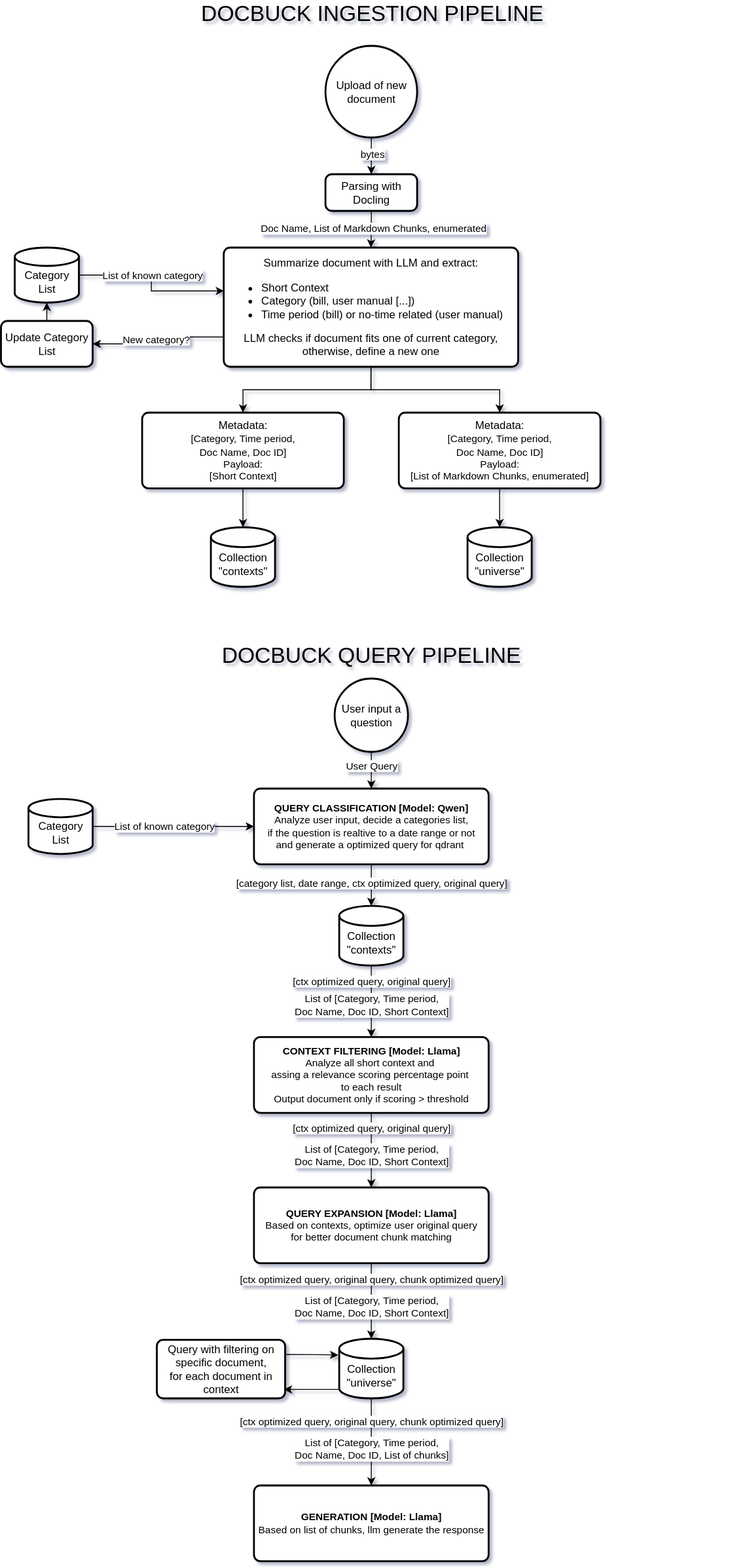
Earlier version of the draw.io export resources/docbuck_pipeline.svg (Seroper-real/docbuck). Source tidied: cells renumbered, new cells last; positions are measured from the earlier drawing's top-left corner, leaving out a move shared by most shapes.
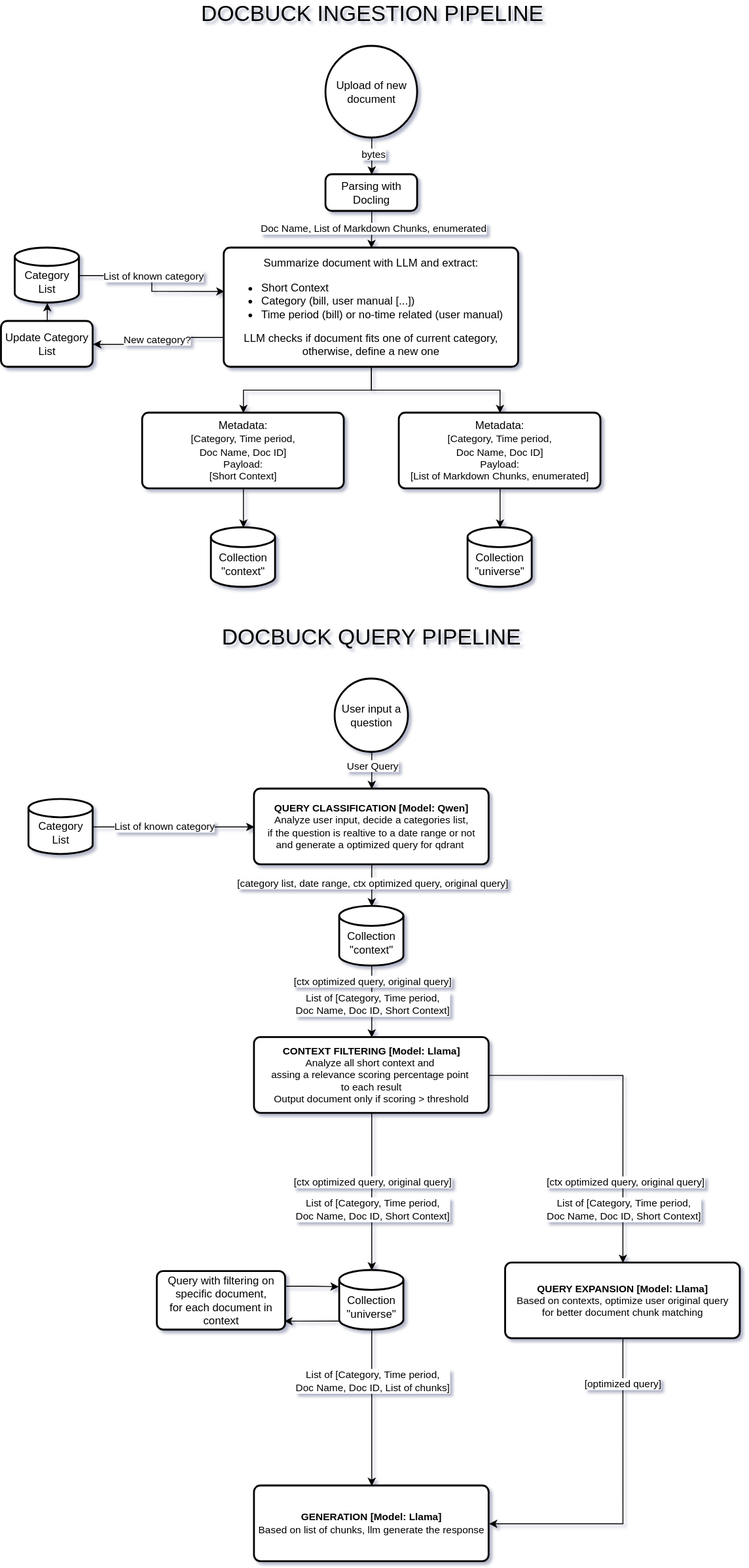
The same file after the commit.

Commit message:
WIP query pipeline

The edit, as a diff of the source:
```diff
@@ -2,6 +2,9 @@
   <root>
     <mxCell id="0" />
     <mxCell id="1" parent="0" />
+    <mxCell id="55" style="edgeStyle=orthogonalEdgeStyle;rounded=0;jettySize=auto;html=1;exitX=0.5;exitY=1;exitDx=0;exitDy=0;entryX=0.5;entryY=0;entryDx=0;entryDy=0;entryPerimeter=0;" parent="1" edge="1" source="34" target="45">
+      <mxGeometry relative="1" as="geometry" />
+    </mxCell>
     <mxCell id="2" value="&lt;font style=&quot;font-size: 24px;&quot;&gt;DOCBUCK INGESTION PIPELINE&lt;/font&gt;" style="text;html=1;whiteSpace=wrap;strokeColor=none;fillColor=none;align=center;verticalAlign=middle;rounded=0;" parent="1" vertex="1">
       <mxGeometry width="810" height="30" as="geometry" />
     </mxCell>
@@ -47,7 +50,7 @@
     <mxCell id="16" value="Metadata:&lt;div&gt;&lt;span style=&quot;font-size: 11px; text-wrap-mode: nowrap; background-color: rgb(255, 255, 255);&quot;&gt;[&lt;/span&gt;&lt;span style=&quot;color: light-dark(rgb(0, 0, 0), rgb(255, 255, 255)); font-size: 11px; text-wrap-mode: nowrap; background-color: rgb(255, 255, 255);&quot;&gt;Category,&amp;nbsp;&lt;/span&gt;&lt;span style=&quot;font-size: 11px; text-wrap-mode: nowrap; background-color: transparent; color: light-dark(rgb(0, 0, 0), rgb(255, 255, 255));&quot;&gt;Time period,&lt;/span&gt;&lt;/div&gt;&lt;div&gt;&lt;span style=&quot;font-size: 11px; text-wrap-mode: nowrap; color: light-dark(rgb(0, 0, 0), rgb(255, 255, 255)); background-color: rgb(255, 255, 255);&quot;&gt;Doc Name, Doc ID]&lt;/span&gt;&lt;/div&gt;&lt;div style=&quot;font-size: 11px; text-wrap-mode: nowrap;&quot;&gt;&lt;span style=&quot;background-color: rgb(255, 255, 255); color: light-dark(rgb(0, 0, 0), rgb(255, 255, 255));&quot;&gt;Payload:&lt;/span&gt;&lt;/div&gt;&lt;div style=&quot;font-size: 11px; text-wrap-mode: nowrap;&quot;&gt;&lt;span style=&quot;background-color: rgb(255, 255, 255); color: light-dark(rgb(0, 0, 0), rgb(255, 255, 255));&quot;&gt;[List of Markdown Chunks, enumerated]&lt;/span&gt;&lt;/div&gt;" style="rounded=1;whiteSpace=wrap;html=1;absoluteArcSize=1;arcSize=14;strokeWidth=2;" parent="1" vertex="1">
       <mxGeometry x="434" y="450" width="220" height="82.6" as="geometry" />
     </mxCell>
-    <mxCell id="17" value="&lt;div&gt;&lt;br&gt;&lt;/div&gt;Collection&lt;br&gt;&lt;div&gt;&quot;contexts&quot;&lt;/div&gt;" style="strokeWidth=2;html=1;shape=mxgraph.flowchart.database;whiteSpace=wrap;" parent="1" vertex="1">
+    <mxCell id="17" value="&lt;div&gt;&lt;br&gt;&lt;/div&gt;Collection&lt;br&gt;&lt;div&gt;&quot;context&quot;&lt;/div&gt;" style="strokeWidth=2;html=1;shape=mxgraph.flowchart.database;whiteSpace=wrap;" parent="1" vertex="1">
       <mxGeometry x="229" y="575" width="70" height="65" as="geometry" />
     </mxCell>
     <mxCell id="18" style="edgeStyle=orthogonalEdgeStyle;rounded=0;jettySize=auto;html=1;exitX=0.5;exitY=1;exitDx=0;exitDy=0;entryX=0.5;entryY=0;entryDx=0;entryDy=0;entryPerimeter=0;" parent="1" edge="1" source="15" target="17">
@@ -70,7 +73,7 @@
       </mxGeometry>
     </mxCell>
     <mxCell id="23" value="&lt;font style=&quot;font-size: 24px;&quot;&gt;DOCBUCK QUERY&amp;nbsp;&lt;/font&gt;&lt;span style=&quot;font-size: 24px; background-color: transparent; color: light-dark(rgb(0, 0, 0), rgb(255, 255, 255));&quot;&gt;PIPELINE&lt;/span&gt;" style="text;html=1;whiteSpace=wrap;strokeColor=none;fillColor=none;align=center;verticalAlign=middle;rounded=0;" parent="1" vertex="1">
-      <mxGeometry x="211" y="700" width="386" height="30" as="geometry" />
+      <mxGeometry x="211" y="680" width="386" height="30" as="geometry" />
     </mxCell>
     <mxCell id="24" style="edgeStyle=orthogonalEdgeStyle;rounded=0;jettySize=auto;html=1;exitX=0.5;exitY=1;exitDx=0;exitDy=0;exitPerimeter=0;entryX=0.5;entryY=0;entryDx=0;entryDy=0;" parent="1" edge="1" source="26" target="29">
       <mxGeometry relative="1" as="geometry" />
@@ -107,7 +110,7 @@
         <mxPoint x="-1" y="4" as="offset" />
       </mxGeometry>
     </mxCell>
-    <mxCell id="33" style="edgeStyle=orthogonalEdgeStyle;rounded=0;jettySize=auto;html=1;entryX=0.5;entryY=0;entryDx=0;entryDy=0;" parent="1" edge="1" source="34" target="43">
+    <mxCell id="33" style="edgeStyle=orthogonalEdgeStyle;rounded=0;jettySize=auto;html=1;exitX=1;exitY=0.5;exitDx=0;exitDy=0;entryX=0.5;entryY=0;entryDx=0;entryDy=0;" parent="1" edge="1" source="34" target="43">
       <mxGeometry relative="1" as="geometry" />
     </mxCell>
     <mxCell id="34" value="&lt;div style=&quot;font-size: 11px; text-wrap-mode: nowrap;&quot;&gt;&lt;span style=&quot;background-color: light-dark(rgb(255, 255, 255), rgb(18, 18, 18)); color: light-dark(rgb(0, 0, 0), rgb(255, 255, 255));&quot;&gt;&lt;b&gt;CONTEXT FILTERING [Model: Llama]&lt;/b&gt;&lt;/span&gt;&lt;/div&gt;&lt;div style=&quot;font-size: 11px; text-wrap-mode: nowrap;&quot;&gt;&lt;span style=&quot;background-color: light-dark(rgb(255, 255, 255), rgb(18, 18, 18)); color: light-dark(rgb(0, 0, 0), rgb(255, 255, 255));&quot;&gt;Analyze all short context&amp;nbsp;&lt;/span&gt;&lt;span style=&quot;background-color: light-dark(rgb(255, 255, 255), rgb(18, 18, 18)); color: light-dark(rgb(0, 0, 0), rgb(255, 255, 255));&quot;&gt;and&amp;nbsp;&lt;/span&gt;&lt;/div&gt;&lt;div style=&quot;font-size: 11px; text-wrap-mode: nowrap;&quot;&gt;&lt;span style=&quot;background-color: light-dark(rgb(255, 255, 255), rgb(18, 18, 18)); color: light-dark(rgb(0, 0, 0), rgb(255, 255, 255));&quot;&gt;assing a relevance scoring percentage point&amp;nbsp;&lt;/span&gt;&lt;/div&gt;&lt;div style=&quot;font-size: 11px; text-wrap-mode: nowrap;&quot;&gt;&lt;span style=&quot;background-color: light-dark(rgb(255, 255, 255), rgb(18, 18, 18)); color: light-dark(rgb(0, 0, 0), rgb(255, 255, 255));&quot;&gt;to each result&lt;/span&gt;&lt;/div&gt;&lt;div style=&quot;font-size: 11px; text-wrap-mode: nowrap;&quot;&gt;Output document only if scoring &amp;gt;&amp;nbsp;threshold&lt;/div&gt;" style="rounded=1;whiteSpace=wrap;html=1;absoluteArcSize=1;arcSize=14;strokeWidth=2;" parent="1" vertex="1">
@@ -128,35 +131,32 @@
     <mxCell id="39" style="edgeStyle=orthogonalEdgeStyle;rounded=0;jettySize=auto;html=1;exitX=0.5;exitY=1;exitDx=0;exitDy=0;entryX=0.5;entryY=0;entryDx=0;entryDy=0;entryPerimeter=0;" parent="1" edge="1" source="16" target="38">
       <mxGeometry relative="1" as="geometry" />
     </mxCell>
-    <mxCell id="40" value="&lt;div&gt;&lt;br&gt;&lt;/div&gt;Collection&lt;br&gt;&lt;div&gt;&quot;contexts&quot;&lt;/div&gt;" style="strokeWidth=2;html=1;shape=mxgraph.flowchart.database;whiteSpace=wrap;" parent="1" vertex="1">
+    <mxCell id="40" value="&lt;div&gt;&lt;br&gt;&lt;/div&gt;Collection&lt;br&gt;&lt;div&gt;&quot;context&quot;&lt;/div&gt;" style="strokeWidth=2;html=1;shape=mxgraph.flowchart.database;whiteSpace=wrap;" parent="1" vertex="1">
       <mxGeometry x="369" y="988" width="70" height="65" as="geometry" />
     </mxCell>
     <mxCell id="41" value="[ctx optimized query,&amp;nbsp;&lt;span style=&quot;background-color: light-dark(#ffffff, var(--ge-dark-color, #121212)); color: light-dark(rgb(0, 0, 0), rgb(255, 255, 255));&quot;&gt;original query]&lt;/span&gt;" style="edgeLabel;html=1;align=center;verticalAlign=middle;" parent="1" vertex="1">
-      <mxGeometry x="404" y="1230" as="geometry" />
+      <mxGeometry x="404" y="1288" as="geometry" />
     </mxCell>
     <mxCell id="42" value="List of &lt;span style=&quot;color: light-dark(rgb(0, 0, 0), rgb(255, 255, 255)); background-color: rgb(255, 255, 255);&quot;&gt;[&lt;/span&gt;&lt;span style=&quot;color: light-dark(rgb(0, 0, 0), rgb(255, 255, 255)); background-color: rgb(255, 255, 255);&quot;&gt;Category,&amp;nbsp;&lt;/span&gt;&lt;span style=&quot;color: light-dark(rgb(0, 0, 0), rgb(255, 255, 255)); background-color: transparent;&quot;&gt;Time period,&lt;br&gt;&lt;/span&gt;&lt;span style=&quot;background-color: light-dark(rgb(255, 255, 255), rgb(18, 18, 18)); color: light-dark(rgb(0, 0, 0), rgb(255, 255, 255));&quot;&gt;Doc Name, Doc ID, Short Context&lt;/span&gt;]" style="edgeLabel;html=1;align=center;verticalAlign=middle;" parent="1" vertex="1">
-      <mxGeometry x="404" y="1260" as="geometry" />
+      <mxGeometry x="404" y="1318" as="geometry" />
     </mxCell>
+    <mxCell id="56" style="edgeStyle=orthogonalEdgeStyle;rounded=0;jettySize=auto;html=1;exitX=0.5;exitY=1;exitDx=0;exitDy=0;entryX=1;entryY=0.5;entryDx=0;entryDy=0;" parent="1" edge="1" source="43" target="52">
+      <mxGeometry relative="1" as="geometry" />
+    </mxCell>
+    <mxCell id="57" value="[optimized query]" style="edgeLabel;html=1;align=center;verticalAlign=middle;" parent="56" vertex="1">
+      <mxGeometry x="-0.71" y="-1" relative="1" as="geometry" />
+    </mxCell>
     <mxCell id="43" value="&lt;div style=&quot;font-size: 11px; text-wrap-mode: nowrap;&quot;&gt;&lt;span style=&quot;background-color: light-dark(rgb(255, 255, 255), rgb(18, 18, 18)); color: light-dark(rgb(0, 0, 0), rgb(255, 255, 255));&quot;&gt;&lt;b&gt;QUERY EXPANSION [Model: Llama]&lt;/b&gt;&lt;/span&gt;&lt;/div&gt;&lt;div style=&quot;font-size: 11px; text-wrap-mode: nowrap;&quot;&gt;&lt;span style=&quot;background-color: rgb(255, 255, 255);&quot;&gt;Based on contexts, optimize user original query&lt;/span&gt;&lt;/div&gt;&lt;div style=&quot;font-size: 11px; text-wrap-mode: nowrap;&quot;&gt;&lt;span style=&quot;background-color: rgb(255, 255, 255);&quot;&gt;for better document chunk matching&lt;/span&gt;&lt;/div&gt;" style="rounded=1;whiteSpace=wrap;html=1;absoluteArcSize=1;arcSize=14;strokeWidth=2;" parent="1" vertex="1">
-      <mxGeometry x="276" y="1295" width="256" height="82.6" as="geometry" />
+      <mxGeometry x="550" y="1376.8" width="256" height="82.6" as="geometry" />
     </mxCell>
     <mxCell id="44" style="edgeStyle=orthogonalEdgeStyle;rounded=0;jettySize=auto;html=1;exitX=0.5;exitY=1;exitDx=0;exitDy=0;exitPerimeter=0;entryX=0.5;entryY=0;entryDx=0;entryDy=0;" parent="1" edge="1" source="45" target="52">
       <mxGeometry relative="1" as="geometry" />
     </mxCell>
     <mxCell id="45" value="&lt;div&gt;&lt;br&gt;&lt;/div&gt;Collection&lt;br&gt;&lt;div&gt;&quot;universe&quot;&lt;/div&gt;" style="strokeWidth=2;html=1;shape=mxgraph.flowchart.database;whiteSpace=wrap;" parent="1" vertex="1">
-      <mxGeometry x="369" y="1460" width="70" height="65" as="geometry" />
+      <mxGeometry x="369" y="1385" width="70" height="65" as="geometry" />
     </mxCell>
-    <mxCell id="46" style="edgeStyle=orthogonalEdgeStyle;rounded=0;jettySize=auto;html=1;exitX=0.5;exitY=1;exitDx=0;exitDy=0;entryX=0.5;entryY=0;entryDx=0;entryDy=0;entryPerimeter=0;" parent="1" edge="1" source="43" target="45">
-      <mxGeometry relative="1" as="geometry" />
-    </mxCell>
-    <mxCell id="47" value="[ctx optimized query, original query, chunk optimized query]" style="edgeLabel;html=1;align=center;verticalAlign=middle;" parent="1" vertex="1">
-      <mxGeometry x="404" y="1395" as="geometry" />
-    </mxCell>
-    <mxCell id="48" value="List of &lt;span style=&quot;color: light-dark(rgb(0, 0, 0), rgb(255, 255, 255)); background-color: rgb(255, 255, 255);&quot;&gt;[&lt;/span&gt;&lt;span style=&quot;color: light-dark(rgb(0, 0, 0), rgb(255, 255, 255)); background-color: rgb(255, 255, 255);&quot;&gt;Category,&amp;nbsp;&lt;/span&gt;&lt;span style=&quot;color: light-dark(rgb(0, 0, 0), rgb(255, 255, 255)); background-color: transparent;&quot;&gt;Time period,&lt;br&gt;&lt;/span&gt;&lt;span style=&quot;background-color: light-dark(rgb(255, 255, 255), rgb(18, 18, 18)); color: light-dark(rgb(0, 0, 0), rgb(255, 255, 255));&quot;&gt;Doc Name, Doc ID, Short Context&lt;/span&gt;]" style="edgeLabel;html=1;align=center;verticalAlign=middle;" parent="1" vertex="1">
-      <mxGeometry x="404" y="1425" as="geometry" />
-    </mxCell>
     <mxCell id="49" value="&lt;span style=&quot;background-color: rgb(255, 255, 255);&quot;&gt;Query with filtering on specific document,&lt;/span&gt;&lt;div&gt;&lt;span style=&quot;background-color: rgb(255, 255, 255);&quot;&gt;for each document in context&lt;/span&gt;&lt;/div&gt;" style="rounded=1;whiteSpace=wrap;html=1;absoluteArcSize=1;arcSize=14;strokeWidth=2;" parent="1" vertex="1">
-      <mxGeometry x="170" y="1461.2" width="140" height="63.8" as="geometry" />
+      <mxGeometry x="170" y="1386.2" width="140" height="63.8" as="geometry" />
     </mxCell>
     <mxCell id="50" style="edgeStyle=orthogonalEdgeStyle;rounded=0;jettySize=auto;html=1;exitX=0;exitY=0.85;exitDx=0;exitDy=0;exitPerimeter=0;entryX=0.99;entryY=0.848;entryDx=0;entryDy=0;entryPerimeter=0;" parent="1" edge="1" source="45" target="49">
       <mxGeometry relative="1" as="geometry" />
@@ -167,11 +167,14 @@
     <mxCell id="52" value="&lt;div style=&quot;font-size: 11px; text-wrap-mode: nowrap;&quot;&gt;&lt;span style=&quot;background-color: light-dark(rgb(255, 255, 255), rgb(18, 18, 18)); color: light-dark(rgb(0, 0, 0), rgb(255, 255, 255));&quot;&gt;&lt;b&gt;GENERATION [Model: Llama]&lt;/b&gt;&lt;/span&gt;&lt;/div&gt;&lt;div style=&quot;font-size: 11px; text-wrap-mode: nowrap;&quot;&gt;&lt;span style=&quot;background-color: rgb(255, 255, 255);&quot;&gt;Based on list of chunks, llm generate the response&lt;/span&gt;&lt;/div&gt;" style="rounded=1;whiteSpace=wrap;html=1;absoluteArcSize=1;arcSize=14;strokeWidth=2;" parent="1" vertex="1">
       <mxGeometry x="276" y="1620" width="256" height="82.6" as="geometry" />
     </mxCell>
-    <mxCell id="53" value="[ctx optimized query, original query, chunk optimized query]" style="edgeLabel;html=1;align=center;verticalAlign=middle;" parent="1" vertex="1">
-      <mxGeometry x="404" y="1550" as="geometry" />
-    </mxCell>
     <mxCell id="54" value="List of &lt;span style=&quot;color: light-dark(rgb(0, 0, 0), rgb(255, 255, 255)); background-color: rgb(255, 255, 255);&quot;&gt;[&lt;/span&gt;&lt;span style=&quot;color: light-dark(rgb(0, 0, 0), rgb(255, 255, 255)); background-color: rgb(255, 255, 255);&quot;&gt;Category,&amp;nbsp;&lt;/span&gt;&lt;span style=&quot;color: light-dark(rgb(0, 0, 0), rgb(255, 255, 255)); background-color: transparent;&quot;&gt;Time period,&lt;br&gt;&lt;/span&gt;&lt;span style=&quot;background-color: light-dark(rgb(255, 255, 255), rgb(18, 18, 18)); color: light-dark(rgb(0, 0, 0), rgb(255, 255, 255));&quot;&gt;Doc Name, Doc ID, List of chunks&lt;/span&gt;]" style="edgeLabel;html=1;align=center;verticalAlign=middle;" parent="1" vertex="1">
-      <mxGeometry x="404" y="1580" as="geometry" />
+      <mxGeometry x="404" y="1505" as="geometry" />
     </mxCell>
+    <mxCell id="48" value="List of &lt;span style=&quot;color: light-dark(rgb(0, 0, 0), rgb(255, 255, 255)); background-color: rgb(255, 255, 255);&quot;&gt;[&lt;/span&gt;&lt;span style=&quot;color: light-dark(rgb(0, 0, 0), rgb(255, 255, 255)); background-color: rgb(255, 255, 255);&quot;&gt;Category,&amp;nbsp;&lt;/span&gt;&lt;span style=&quot;color: light-dark(rgb(0, 0, 0), rgb(255, 255, 255)); background-color: transparent;&quot;&gt;Time period,&lt;br&gt;&lt;/span&gt;&lt;span style=&quot;background-color: light-dark(rgb(255, 255, 255), rgb(18, 18, 18)); color: light-dark(rgb(0, 0, 0), rgb(255, 255, 255));&quot;&gt;Doc Name, Doc ID, Short Context&lt;/span&gt;]" style="edgeLabel;html=1;align=center;verticalAlign=middle;" parent="1" vertex="1">
+      <mxGeometry x="678" y="1318" as="geometry" />
+    </mxCell>
+    <mxCell id="58" value="[ctx optimized query,&amp;nbsp;&lt;span style=&quot;background-color: light-dark(#ffffff, var(--ge-dark-color, #121212)); color: light-dark(rgb(0, 0, 0), rgb(255, 255, 255));&quot;&gt;original query]&lt;/span&gt;" style="edgeLabel;html=1;align=center;verticalAlign=middle;" parent="1" vertex="1">
+      <mxGeometry x="680" y="1288" as="geometry" />
+    </mxCell>
   </root>
 </mxGraphModel>
```
